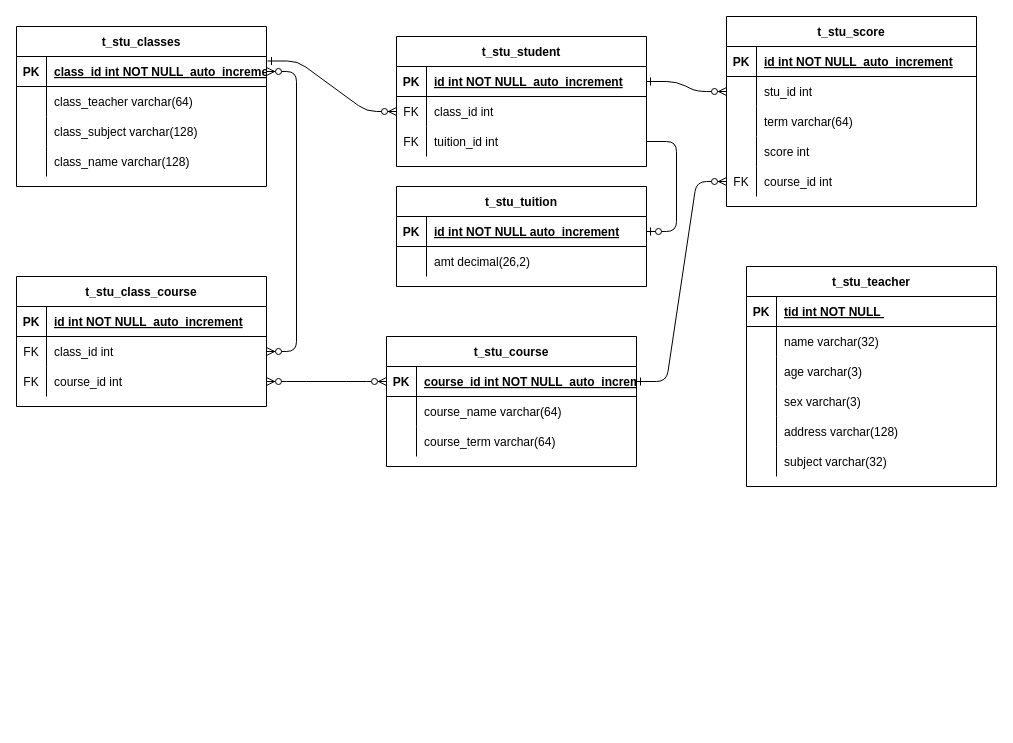
mythwind/BigData keeps this draw.io diagram as share/学生信息管理系统.drawio. Above is the earlier version. Source tidied: cells renumbered, new cells numbered last; positions are measured from the earlier drawing's top-left corner, leaving out a move shared by most shapes. Both pictures are drawn from the tidied source at 100%, with x=0, y=0 at pixel (16, 16).
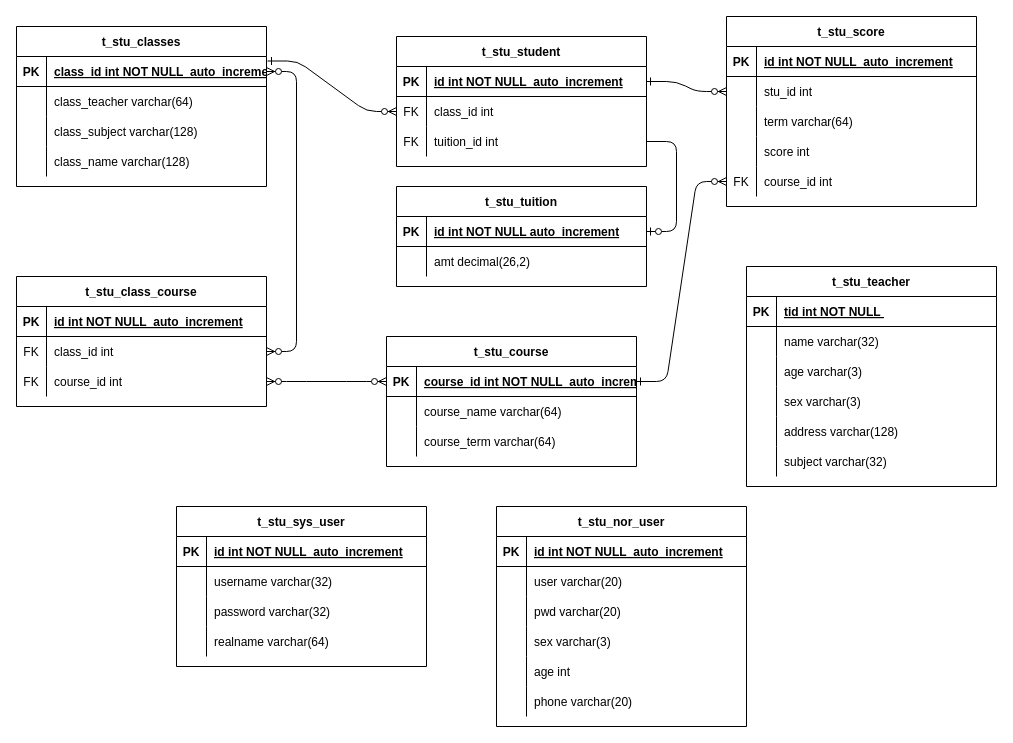
After the change.

Commit message (it also covers changes not shown here):
更新学生信息管理系统.drawio

What changed in the source:
```diff
@@
+    <mxCell id="93" value="t_stu_sys_user" style="shape=table;startSize=30;childLayout=tableLayout;rowLines=0;fontStyle=1;align=center;" parent="1" vertex="1">
+      <mxGeometry x="160" y="490" width="250" height="160" as="geometry" />
+    </mxCell>
+    <mxCell id="94" style="shape=partialRectangle;fillColor=none;top=0;left=0;right=0;bottom=1;" parent="93" vertex="1">
+      <mxGeometry y="30" width="250" height="30" as="geometry" />
+    </mxCell>
+    <mxCell id="95" value="PK" style="shape=partialRectangle;overflow=hidden;fillColor=none;top=0;left=0;bottom=0;right=0;fontStyle=1;" parent="94" vertex="1">
+      <mxGeometry width="30" height="30" as="geometry" />
+    </mxCell>
+    <mxCell id="96" value="id int NOT NULL  auto_increment" style="shape=partialRectangle;overflow=hidden;fillColor=none;top=0;left=0;bottom=0;right=0;align=left;spacingLeft=6;fontStyle=5;" parent="94" vertex="1">
+      <mxGeometry x="30" width="220" height="30" as="geometry" />
+    </mxCell>
+    <mxCell id="97" style="shape=partialRectangle;fillColor=none;top=0;left=0;right=0;bottom=0;" parent="93" vertex="1">
+      <mxGeometry y="60" width="250" height="30" as="geometry" />
+    </mxCell>
+    <mxCell id="98" style="shape=partialRectangle;overflow=hidden;fillColor=none;top=0;left=0;bottom=0;right=0;" parent="97" vertex="1">
+      <mxGeometry width="30" height="30" as="geometry" />
+    </mxCell>
+    <mxCell id="99" value="username varchar(32)" style="shape=partialRectangle;overflow=hidden;fillColor=none;top=0;left=0;bottom=0;right=0;align=left;spacingLeft=6;" parent="97" vertex="1">
+      <mxGeometry x="30" width="220" height="30" as="geometry" />
+    </mxCell>
+    <mxCell id="100" style="shape=partialRectangle;fillColor=none;top=0;left=0;right=0;bottom=0;" parent="93" vertex="1">
+      <mxGeometry y="90" width="250" height="30" as="geometry" />
+    </mxCell>
+    <mxCell id="101" style="shape=partialRectangle;overflow=hidden;fillColor=none;top=0;left=0;bottom=0;right=0;" parent="100" vertex="1">
+      <mxGeometry width="30" height="30" as="geometry" />
+    </mxCell>
+    <mxCell id="102" value="password varchar(32)" style="shape=partialRectangle;overflow=hidden;fillColor=none;top=0;left=0;bottom=0;right=0;align=left;spacingLeft=6;" parent="100" vertex="1">
+      <mxGeometry x="30" width="220" height="30" as="geometry" />
+    </mxCell>
+    <mxCell id="103" style="shape=partialRectangle;fillColor=none;top=0;left=0;right=0;bottom=0;" parent="93" vertex="1">
+      <mxGeometry y="120" width="250" height="30" as="geometry" />
+    </mxCell>
+    <mxCell id="104" style="shape=partialRectangle;overflow=hidden;fillColor=none;top=0;left=0;bottom=0;right=0;" parent="103" vertex="1">
+      <mxGeometry width="30" height="30" as="geometry" />
+    </mxCell>
+    <mxCell id="105" value="realname varchar(64)" style="shape=partialRectangle;overflow=hidden;fillColor=none;top=0;left=0;bottom=0;right=0;align=left;spacingLeft=6;" parent="103" vertex="1">
+      <mxGeometry x="30" width="220" height="30" as="geometry" />
+    </mxCell>
+    <mxCell id="106" value="t_stu_nor_user" style="shape=table;startSize=30;childLayout=tableLayout;rowLines=0;fontStyle=1;align=center;" parent="1" vertex="1">
+      <mxGeometry x="480" y="490" width="250" height="220" as="geometry" />
+    </mxCell>
+    <mxCell id="107" style="shape=partialRectangle;fillColor=none;top=0;left=0;right=0;bottom=1;" parent="106" vertex="1">
+      <mxGeometry y="30" width="250" height="30" as="geometry" />
+    </mxCell>
+    <mxCell id="108" value="PK" style="shape=partialRectangle;overflow=hidden;fillColor=none;top=0;left=0;bottom=0;right=0;fontStyle=1;" parent="107" vertex="1">
+      <mxGeometry width="30" height="30" as="geometry" />
+    </mxCell>
+    <mxCell id="109" value="id int NOT NULL  auto_increment" style="shape=partialRectangle;overflow=hidden;fillColor=none;top=0;left=0;bottom=0;right=0;align=left;spacingLeft=6;fontStyle=5;" parent="107" vertex="1">
+      <mxGeometry x="30" width="220" height="30" as="geometry" />
+    </mxCell>
+    <mxCell id="110" style="shape=partialRectangle;fillColor=none;top=0;left=0;right=0;bottom=0;" parent="106" vertex="1">
+      <mxGeometry y="60" width="250" height="30" as="geometry" />
+    </mxCell>
+    <mxCell id="111" style="shape=partialRectangle;overflow=hidden;fillColor=none;top=0;left=0;bottom=0;right=0;" parent="110" vertex="1">
+      <mxGeometry width="30" height="30" as="geometry" />
+    </mxCell>
+    <mxCell id="112" value="user varchar(20)" style="shape=partialRectangle;overflow=hidden;fillColor=none;top=0;left=0;bottom=0;right=0;align=left;spacingLeft=6;" parent="110" vertex="1">
+      <mxGeometry x="30" width="220" height="30" as="geometry" />
+    </mxCell>
+    <mxCell id="113" style="shape=partialRectangle;fillColor=none;top=0;left=0;right=0;bottom=0;" parent="106" vertex="1">
+      <mxGeometry y="90" width="250" height="30" as="geometry" />
+    </mxCell>
+    <mxCell id="114" style="shape=partialRectangle;overflow=hidden;fillColor=none;top=0;left=0;bottom=0;right=0;" parent="113" vertex="1">
+      <mxGeometry width="30" height="30" as="geometry" />
+    </mxCell>
+    <mxCell id="115" value="pwd varchar(20)" style="shape=partialRectangle;overflow=hidden;fillColor=none;top=0;left=0;bottom=0;right=0;align=left;spacingLeft=6;" parent="113" vertex="1">
+      <mxGeometry x="30" width="220" height="30" as="geometry" />
+    </mxCell>
+    <mxCell id="116" style="shape=partialRectangle;fillColor=none;top=0;left=0;right=0;bottom=0;" parent="106" vertex="1">
+      <mxGeometry y="120" width="250" height="30" as="geometry" />
+    </mxCell>
+    <mxCell id="117" style="shape=partialRectangle;overflow=hidden;fillColor=none;top=0;left=0;bottom=0;right=0;" parent="116" vertex="1">
+      <mxGeometry width="30" height="30" as="geometry" />
+    </mxCell>
+    <mxCell id="118" value="sex varchar(3)" style="shape=partialRectangle;overflow=hidden;fillColor=none;top=0;left=0;bottom=0;right=0;align=left;spacingLeft=6;" parent="116" vertex="1">
+      <mxGeometry x="30" width="220" height="30" as="geometry" />
+    </mxCell>
+    <mxCell id="119" style="shape=partialRectangle;fillColor=none;top=0;left=0;right=0;bottom=0;" parent="106" vertex="1">
+      <mxGeometry y="150" width="250" height="30" as="geometry" />
+    </mxCell>
+    <mxCell id="120" style="shape=partialRectangle;overflow=hidden;fillColor=none;top=0;left=0;bottom=0;right=0;" parent="119" vertex="1">
+      <mxGeometry width="30" height="30" as="geometry" />
+    </mxCell>
+    <mxCell id="121" value="age int" style="shape=partialRectangle;overflow=hidden;fillColor=none;top=0;left=0;bottom=0;right=0;align=left;spacingLeft=6;" parent="119" vertex="1">
+      <mxGeometry x="30" width="220" height="30" as="geometry" />
+    </mxCell>
+    <mxCell id="122" style="shape=partialRectangle;fillColor=none;top=0;left=0;right=0;bottom=0;" parent="106" vertex="1">
+      <mxGeometry y="180" width="250" height="30" as="geometry" />
+    </mxCell>
+    <mxCell id="123" style="shape=partialRectangle;overflow=hidden;fillColor=none;top=0;left=0;bottom=0;right=0;" parent="122" vertex="1">
+      <mxGeometry width="30" height="30" as="geometry" />
+    </mxCell>
+    <mxCell id="124" value="phone varchar(20)" style="shape=partialRectangle;overflow=hidden;fillColor=none;top=0;left=0;bottom=0;right=0;align=left;spacingLeft=6;" parent="122" vertex="1">
+      <mxGeometry x="30" width="220" height="30" as="geometry" />
+    </mxCell>
```
